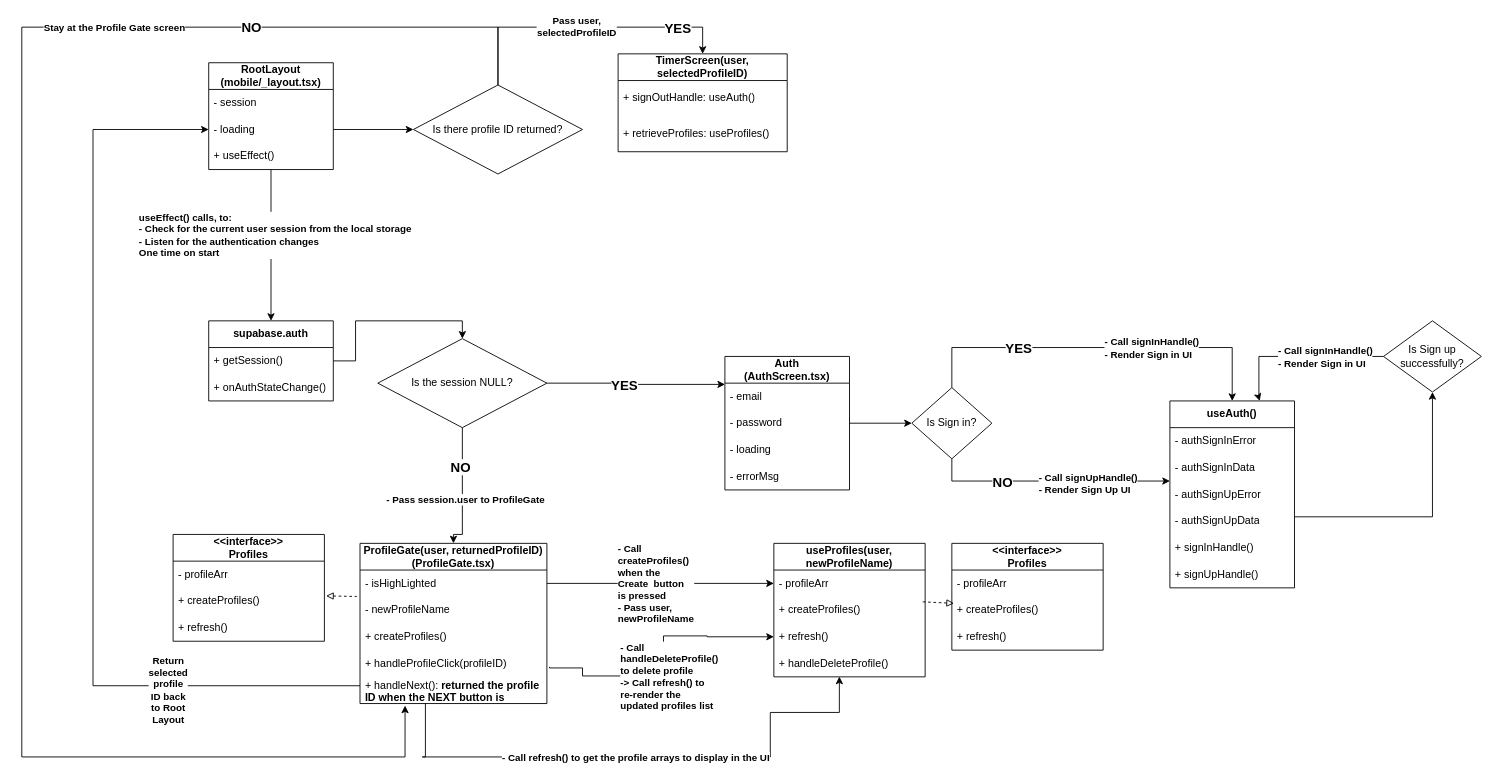
This is page "UML Class Diagram" (1 of 2) of Class_Diagram_Web.drawio from khanhsaan/SharedTimer_v1, a draw.io file, before an edit. Source tidied: cells renumbered, new cells numbered last; positions are measured from the earlier drawing's top-left corner, leaving out a move shared by most shapes. Both pictures are drawn from the tidied source at 89%, with x=0, y=0 at pixel (21, 27).
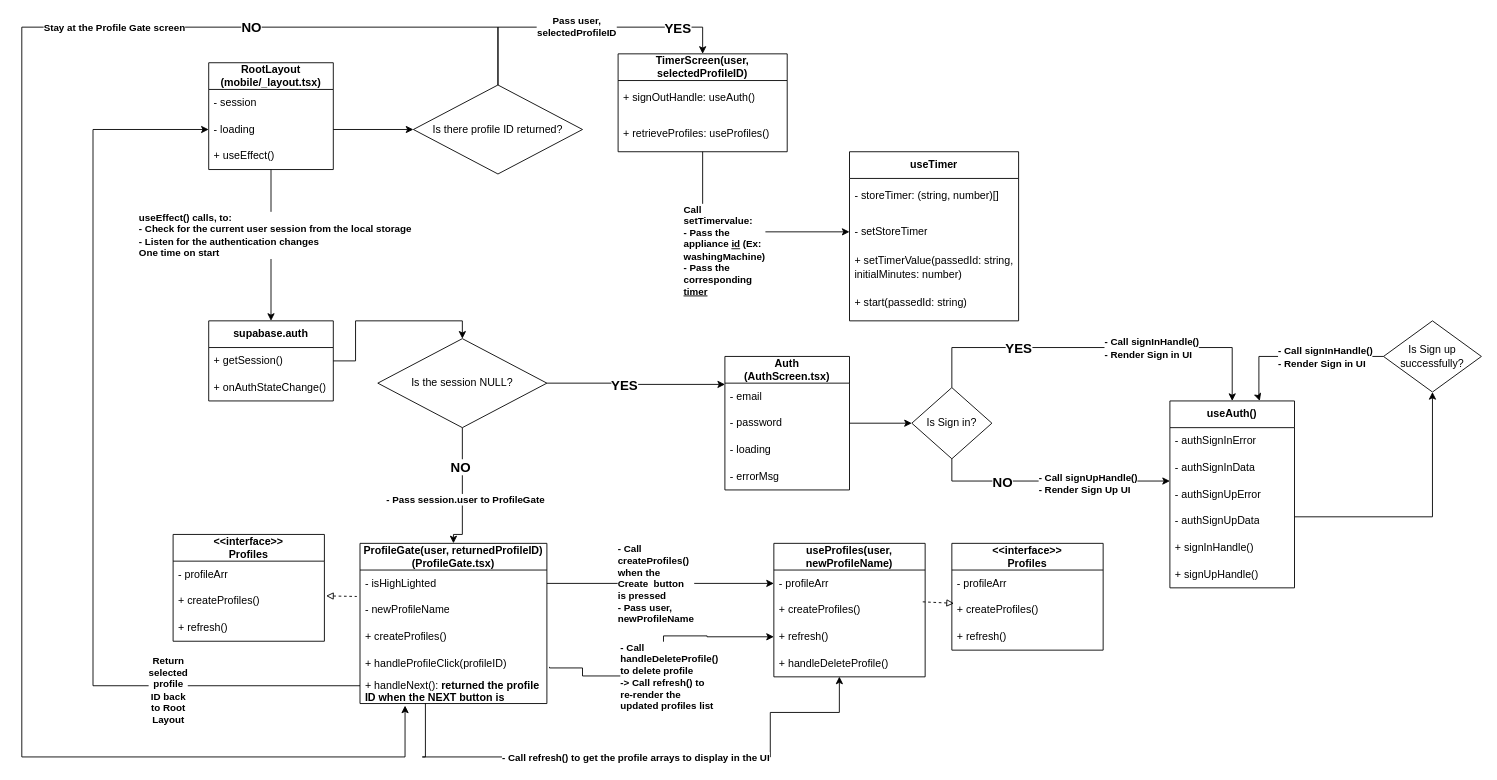
The same page after the edit.

Commit message (it also covers changes not shown here):
Redefine start()

Unchanged cells that the change refers to:
```xml
<mxCell id="79" value="TimerScreen(user, selectedProfileID)" style="swimlane;fontStyle=1;horizontal=1;startSize=30;whiteSpace=wrap;html=1;" parent="1" vertex="1">
  <mxGeometry x="670" y="30" width="190" height="110" as="geometry" />
</mxCell>
```

What changed in the source:
```diff
@@
+    <mxCell id="82" style="edgeStyle=orthogonalEdgeStyle;rounded=0;jettySize=auto;html=1;entryX=0;entryY=0.5;entryDx=0;entryDy=0;" parent="1" edge="1" source="79" target="86">
+      <mxGeometry relative="1" as="geometry" />
+    </mxCell>
+    <mxCell id="83" value="&lt;b&gt;Call setTimervalue:&lt;/b&gt;&lt;div&gt;&lt;b&gt;- Pass the appliance &lt;u&gt;id&lt;/u&gt; (Ex: washingMachine)&lt;/b&gt;&lt;/div&gt;&lt;div&gt;&lt;b&gt;- Pass the corresponding &lt;u&gt;timer&lt;/u&gt;&lt;/b&gt;&lt;/div&gt;" style="edgeLabel;html=1;align=left;verticalAlign=middle;whiteSpace=wrap;" parent="82" vertex="1">
+      <mxGeometry x="0.09" y="3" relative="1" as="geometry">
+        <mxPoint x="-72" y="23" as="offset" />
+      </mxGeometry>
+    </mxCell>
@@
+    <mxCell id="84" value="useTimer" style="swimlane;fontStyle=1;horizontal=1;startSize=30;whiteSpace=wrap;html=1;" parent="1" vertex="1">
+      <mxGeometry x="930" y="140" width="190" height="190" as="geometry" />
+    </mxCell>
+    <mxCell id="85" value="&lt;div&gt;- storeTimer: (string, number)[]&lt;/div&gt;" style="text;strokeColor=none;fillColor=none;align=left;verticalAlign=middle;spacingLeft=4;spacingRight=4;overflow=hidden;whiteSpace=wrap;html=1;" parent="84" vertex="1">
+      <mxGeometry y="30" width="190" height="40" as="geometry" />
+    </mxCell>
+    <mxCell id="86" value="&lt;div&gt;- setStoreTimer&lt;/div&gt;" style="text;strokeColor=none;fillColor=none;align=left;verticalAlign=middle;spacingLeft=4;spacingRight=4;overflow=hidden;points=[[0,0.5],[1,0.5]];portConstraint=eastwest;whiteSpace=wrap;html=1;" parent="84" vertex="1">
+      <mxGeometry y="70" width="190" height="40" as="geometry" />
+    </mxCell>
+    <mxCell id="87" value="+ setTimerValue(passedId: string, initialMinutes: number)" style="text;strokeColor=none;fillColor=none;align=left;verticalAlign=middle;spacingLeft=4;spacingRight=4;overflow=hidden;whiteSpace=wrap;html=1;" parent="84" vertex="1">
+      <mxGeometry y="110" width="190" height="40" as="geometry" />
+    </mxCell>
+    <mxCell id="88" value="+ start(passedId: string)" style="text;strokeColor=none;fillColor=none;align=left;verticalAlign=middle;spacingLeft=4;spacingRight=4;overflow=hidden;whiteSpace=wrap;html=1;" parent="84" vertex="1">
+      <mxGeometry y="150" width="190" height="40" as="geometry" />
+    </mxCell>
```
